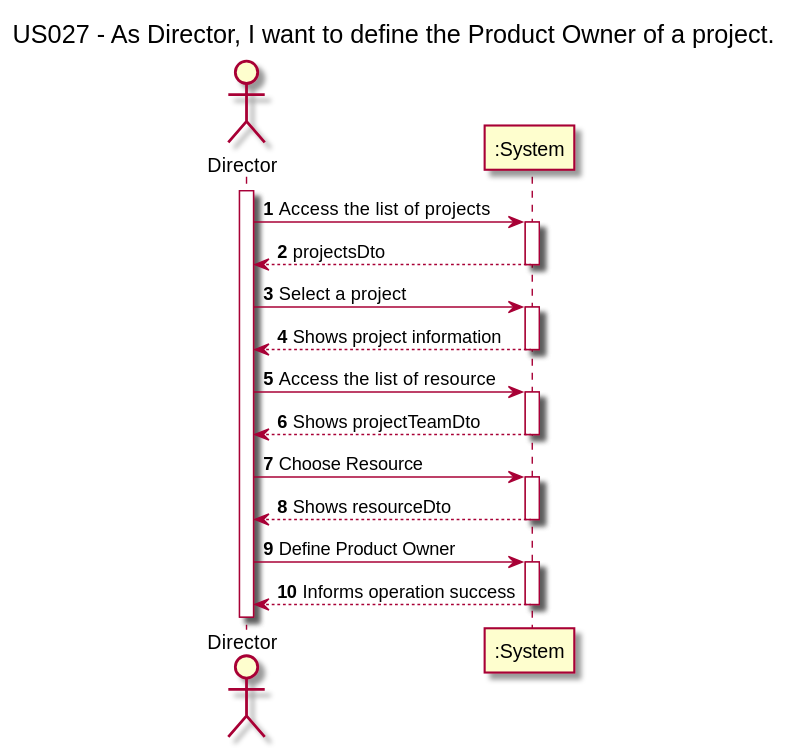
The PlantUML diagram docs/Sprint3/US027/US027-SSD.svg in nunogon1211787/projectManagement, before a commit.
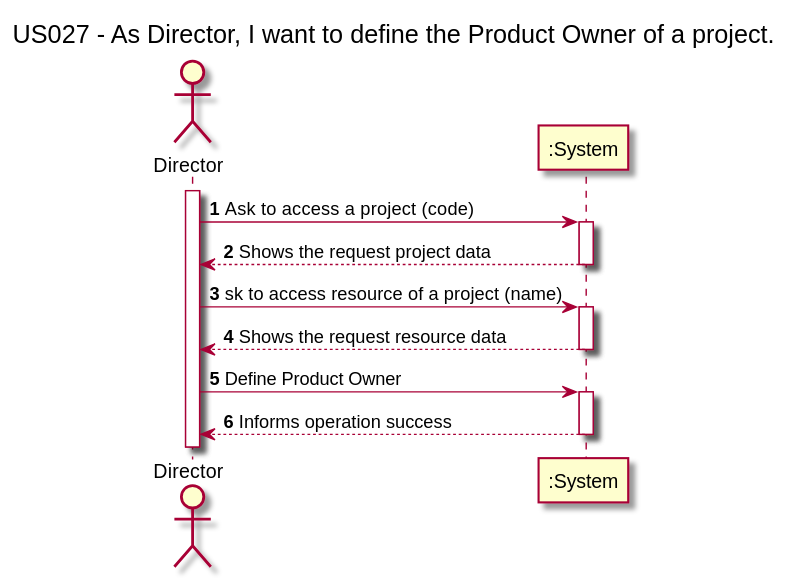
The same file after the commit.

Diff of the diagram source:
```diff
@@ -9,14 +9,10 @@
 
 activate Director
 
-Director -> System: Access the list of projects
-System --> Director: projectsDto
-Director -> System: Select a project
-System --> Director: Shows project information
-Director -> System: Access the list of resource
-System --> Director: Shows projectTeamDto
-Director -> System: Choose Resource
-System --> Director: Shows resourceDto
+Director -> System: Ask to access a project (code)
+System --> Director: Shows the request project data
+Director -> System: sk to access resource of a project (name)
+System --> Director: Shows the request resource data
 Director -> System: Define Product Owner
 System --> Director: Informs operation success
 
```
